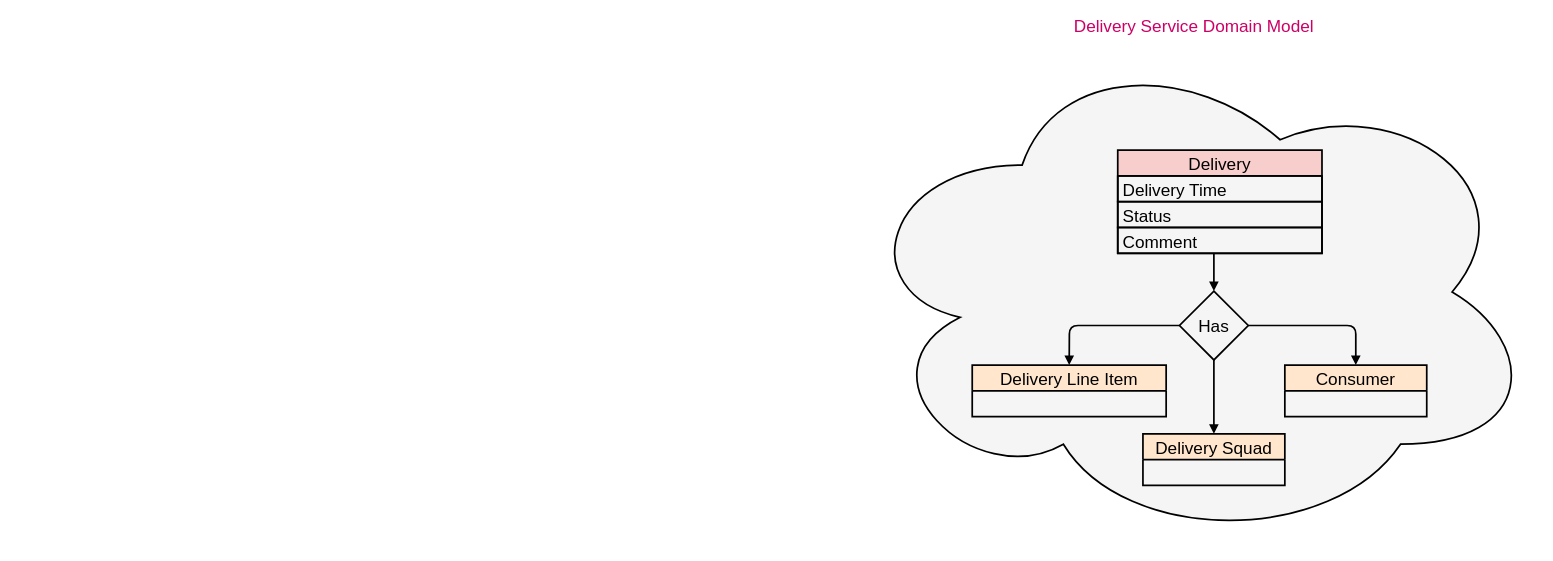
Above: docs/diagram/delivery_service_domain_model.drawio in dudhwalas/dudhwala (draw.io), before the change. Source tidied: cells renumbered, new cells numbered last; positions are measured from the earlier drawing's top-left corner, leaving out a move shared by most shapes. Both pictures are drawn from the tidied source at 86%, with x=0, y=0 at pixel (850, 38).
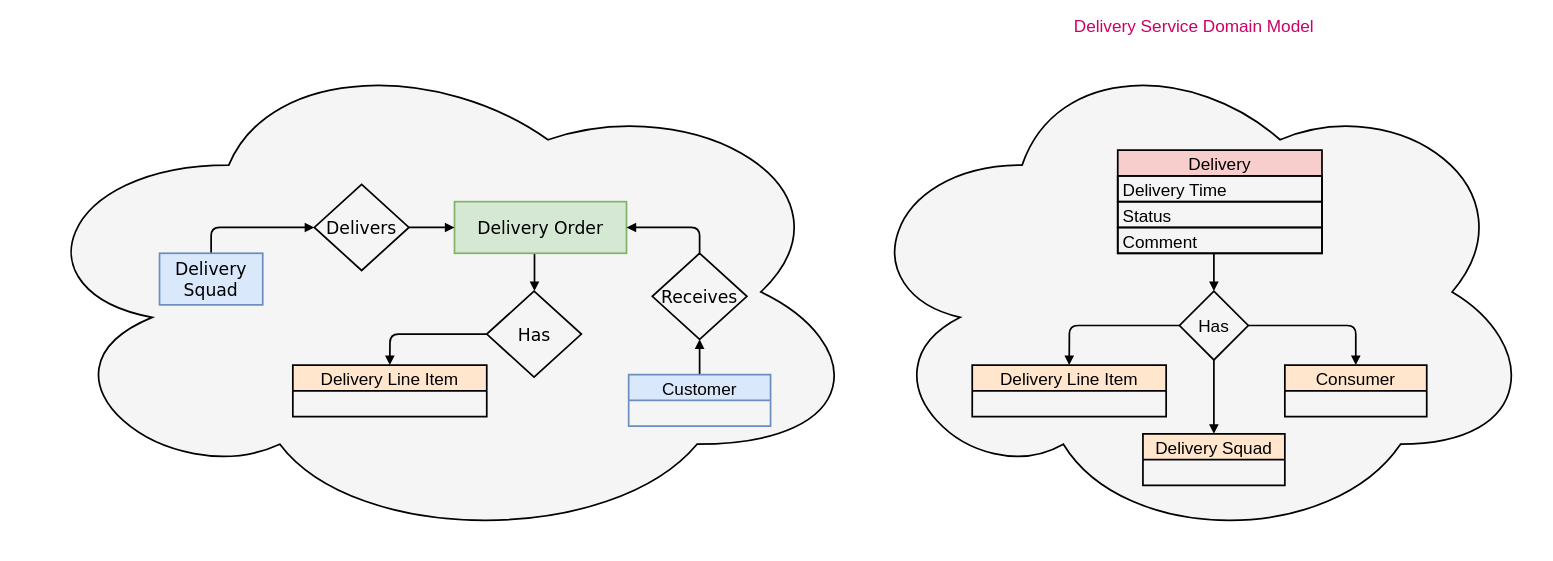
The same diagram, later.

Commit message (it also covers changes not shown here):
added product catalog service specs

The edit, as a diff of the source:
```diff
@@
+    <mxCell id="15" style="ellipse;shape=cloud;whiteSpace=wrap;html=1;fillColor=#f5f5f5;fontColor=#CC0066;strokeColor=#000000;strokeWidth=2;labelPosition=center;verticalLabelPosition=top;align=center;verticalAlign=bottom;fontSize=20;" parent="1" vertex="1">
+      <mxGeometry x="-970" width="990" height="590" as="geometry" />
+    </mxCell>
+    <mxCell id="16" value="Delivery Line Item" style="swimlane;fontStyle=0;horizontal=1;startSize=30;fillColor=#ffe6cc;strokeColor=#000000;fontSize=20;strokeWidth=2;" parent="1" vertex="1">
+      <mxGeometry x="-648" y="380" width="225.5" height="60" as="geometry" />
+    </mxCell>
+    <mxCell id="17" style="edgeStyle=none;html=1;entryX=0.5;entryY=0;entryDx=0;entryDy=0;fontSize=20;endArrow=block;endFill=1;strokeWidth=2;strokeColor=#000000;" parent="1" edge="1">
+      <mxGeometry relative="1" as="geometry">
+        <mxPoint x="-367" y="250" as="sourcePoint" />
+        <mxPoint x="-367" y="294" as="targetPoint" />
+      </mxGeometry>
+    </mxCell>
+    <mxCell id="18" style="edgeStyle=none;html=1;entryX=0.5;entryY=0;entryDx=0;entryDy=0;fontSize=20;endArrow=block;endFill=1;strokeWidth=2;exitX=0;exitY=0.5;exitDx=0;exitDy=0;strokeColor=#000000;" parent="1" edge="1" source="28" target="16">
+      <mxGeometry relative="1" as="geometry">
+        <Array as="points">
+          <mxPoint x="-535" y="344" />
+        </Array>
+      </mxGeometry>
+    </mxCell>
+    <mxCell id="19" style="edgeStyle=none;html=1;exitX=0.5;exitY=0;exitDx=0;exitDy=0;entryX=0.5;entryY=1;entryDx=0;entryDy=0;strokeWidth=2;endArrow=block;endFill=1;" parent="1" edge="1" source="20" target="27">
+      <mxGeometry relative="1" as="geometry" />
+    </mxCell>
+    <mxCell id="20" value="Customer" style="swimlane;fontStyle=0;horizontal=1;startSize=30;fillColor=#dae8fc;strokeColor=#6c8ebf;fontSize=20;strokeWidth=2;" parent="1" vertex="1">
+      <mxGeometry x="-257.5" y="391" width="165" height="60" as="geometry" />
+    </mxCell>
+    <mxCell id="21" value="Delivery Order" style="rounded=0;whiteSpace=wrap;html=1;labelBackgroundColor=none;labelBorderColor=none;spacing=0;fontSize=20;fillColor=#d5e8d4;strokeColor=#82b366;sketch=0;glass=0;fontFamily=Verdana;strokeWidth=2;" parent="1" vertex="1">
+      <mxGeometry x="-460" y="190" width="200" height="60" as="geometry" />
+    </mxCell>
+    <mxCell id="22" style="edgeStyle=none;html=1;exitX=0.5;exitY=0;exitDx=0;exitDy=0;entryX=0;entryY=0.5;entryDx=0;entryDy=0;strokeWidth=2;endArrow=block;endFill=1;fontFamily=Verdana;" parent="1" edge="1" source="23" target="25">
+      <mxGeometry relative="1" as="geometry">
+        <Array as="points">
+          <mxPoint x="-743" y="220" />
+        </Array>
+      </mxGeometry>
+    </mxCell>
+    <mxCell id="23" value="Delivery Squad" style="rounded=0;whiteSpace=wrap;html=1;labelBackgroundColor=none;labelBorderColor=none;spacing=0;fontSize=20;fillColor=#dae8fc;strokeColor=#6c8ebf;sketch=0;glass=0;fontFamily=Verdana;strokeWidth=2;" parent="1" vertex="1">
+      <mxGeometry x="-803" y="250" width="120" height="60" as="geometry" />
+    </mxCell>
+    <mxCell id="24" style="edgeStyle=none;html=1;exitX=1;exitY=0.5;exitDx=0;exitDy=0;entryX=0;entryY=0.5;entryDx=0;entryDy=0;strokeWidth=2;endArrow=block;endFill=1;fontFamily=Verdana;" parent="1" edge="1" source="25">
+      <mxGeometry relative="1" as="geometry">
+        <mxPoint x="-460" y="220" as="targetPoint" />
+      </mxGeometry>
+    </mxCell>
+    <mxCell id="25" value="Delivers" style="rhombus;whiteSpace=wrap;html=1;fontSize=20;fillColor=none;strokeWidth=2;strokeColor=#000000;fontFamily=Verdana;" parent="1" vertex="1">
+      <mxGeometry x="-623" y="170" width="110" height="100" as="geometry" />
+    </mxCell>
+    <mxCell id="26" style="edgeStyle=none;html=1;exitX=0.5;exitY=0;exitDx=0;exitDy=0;entryX=1;entryY=0.5;entryDx=0;entryDy=0;strokeWidth=2;endArrow=block;endFill=1;" parent="1" edge="1" source="27" target="21">
+      <mxGeometry relative="1" as="geometry">
+        <Array as="points">
+          <mxPoint x="-175" y="220" />
+        </Array>
+      </mxGeometry>
+    </mxCell>
+    <mxCell id="27" value="Receives" style="rhombus;whiteSpace=wrap;html=1;fontSize=20;fillColor=none;strokeWidth=2;strokeColor=#000000;fontFamily=Verdana;" parent="1" vertex="1">
+      <mxGeometry x="-230" y="250" width="110" height="100" as="geometry" />
+    </mxCell>
+    <mxCell id="28" value="Has" style="rhombus;whiteSpace=wrap;html=1;fontSize=20;fillColor=none;strokeWidth=2;strokeColor=#000000;fontFamily=Verdana;" parent="1" vertex="1">
+      <mxGeometry x="-422.5" y="294" width="110" height="100" as="geometry" />
+    </mxCell>
```
